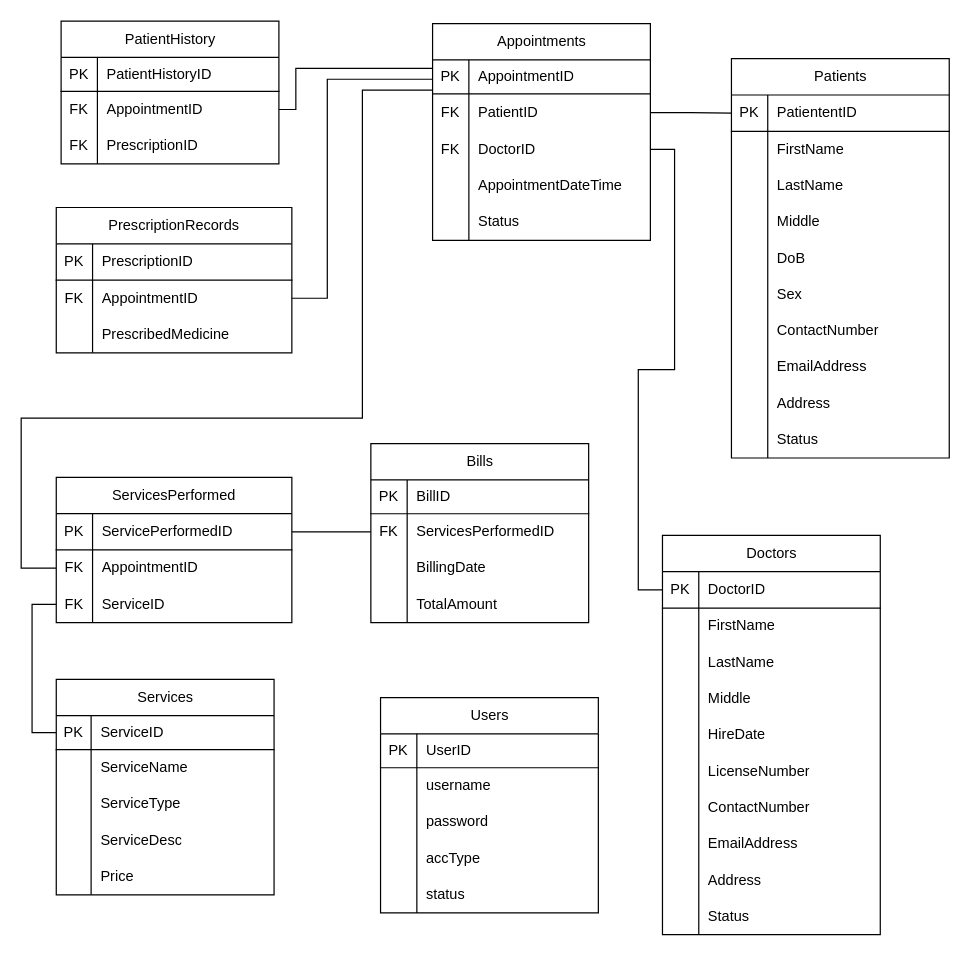
The draw.io diagram clinic management system erm.drawio in AnikanJVA/ClinicManagementSystem, before the edit. Source tidied: cells renumbered, new cells numbered last; positions are measured from the earlier drawing's top-left corner, leaving out a move shared by most shapes. Both pictures are drawn from the tidied source at 121%, with x=0, y=0 at pixel (21, 21).
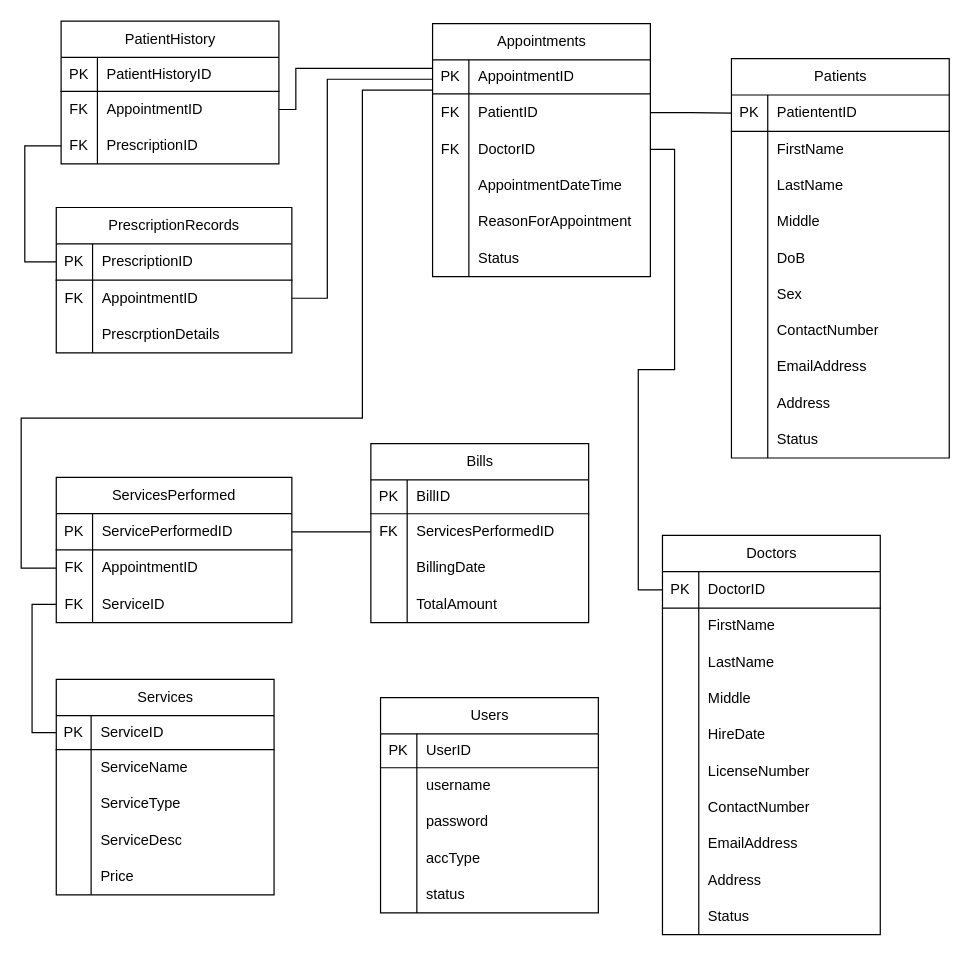
The same page after the edit.

Commit message (it also covers changes not shown here):
updated database erd; added UdpateDoctorForm;

The change refers to these unchanged cells:
```xml
<mxCell id="138" style="shape=tableRow;horizontal=0;startSize=0;swimlaneHead=0;swimlaneBody=0;fillColor=none;points=[[0,0.5],[1,0.5]];portConstraint=eastwest;top=0;left=0;right=0;bottom=1;fontStyle=0;" parent="137" vertex="1">
  <mxGeometry y="30" width="194.7" height="30" as="geometry" />
</mxCell>
<mxCell id="144" style="shape=tableRow;horizontal=0;startSize=0;swimlaneHead=0;swimlaneBody=0;fillColor=none;top=0;left=0;right=0;bottom=0;fontStyle=0;" parent="137" vertex="1">
  <mxGeometry y="90" width="194.7" height="30" as="geometry" />
</mxCell>
<mxCell id="154" style="shape=tableRow;horizontal=0;startSize=0;swimlaneHead=0;swimlaneBody=0;fillColor=none;points=[[0,0.5],[1,0.5]];portConstraint=eastwest;top=0;left=0;right=0;bottom=0;swimlaneLine=1;fontStyle=0;" parent="147" vertex="1">
  <mxGeometry y="88" width="180" height="30" as="geometry" />
</mxCell>
```

Diff of the diagram source:
```diff
@@
     <mxCell id="80" value="&lt;div&gt;Appointments&lt;/div&gt;" style="shape=table;startSize=30;childLayout=tableLayout;rowLines=0;fontStyle=0;align=center;html=1;fillColor=#FFFFFF;" parent="1" vertex="1">
-      <mxGeometry x="340" y="2" width="180" height="179.1" as="geometry" />
+      <mxGeometry x="340" y="2" width="180" height="209.1" as="geometry" />
     </mxCell>
@@
+    <mxCell id="162" style="shape=tableRow;horizontal=0;startSize=0;swimlaneHead=0;swimlaneBody=0;fillColor=none;top=0;left=0;right=0;bottom=0;fontStyle=0;" parent="80" vertex="1">
+      <mxGeometry y="149" width="180" height="30" as="geometry" />
+    </mxCell>
+    <mxCell id="163" style="shape=partialRectangle;fillColor=none;top=0;left=0;bottom=0;right=0;overflow=hidden;whiteSpace=wrap;html=1;fontStyle=0;" parent="162" vertex="1">
+      <mxGeometry width="30" height="30" as="geometry" />
+    </mxCell>
+    <mxCell id="164" value="&lt;div&gt;ReasonForAppointment&lt;/div&gt;" style="shape=partialRectangle;fillColor=none;top=0;left=0;bottom=0;right=0;align=left;spacingLeft=6;overflow=hidden;whiteSpace=wrap;html=1;fontStyle=0;" parent="162" vertex="1">
+      <mxGeometry x="30" width="150" height="30" as="geometry" />
+    </mxCell>
     <mxCell id="93" style="shape=tableRow;horizontal=0;startSize=0;swimlaneHead=0;swimlaneBody=0;fillColor=none;top=0;left=0;right=0;bottom=0;fontStyle=0;" parent="80" vertex="1">
-      <mxGeometry y="149" width="180" height="30" as="geometry" />
+      <mxGeometry y="179" width="180" height="30" as="geometry" />
     </mxCell>
@@
-    <mxCell id="146" value="&lt;div&gt;&lt;span&gt;PrescribedMedicine&lt;/span&gt;&lt;/div&gt;" style="shape=partialRectangle;fillColor=none;top=0;left=0;bottom=0;right=0;align=left;spacingLeft=6;overflow=hidden;whiteSpace=wrap;html=1;fontStyle=0;" parent="144" vertex="1">
+    <mxCell id="146" value="&lt;div&gt;PrescrptionDetails&lt;/div&gt;" style="shape=partialRectangle;fillColor=none;top=0;left=0;bottom=0;right=0;align=left;spacingLeft=6;overflow=hidden;whiteSpace=wrap;html=1;fontStyle=0;" parent="144" vertex="1">
       <mxGeometry x="30" width="164.7" height="30" as="geometry" />
     </mxCell>
@@
+    <mxCell id="165" style="edgeStyle=orthogonalEdgeStyle;rounded=0;jettySize=auto;html=1;endArrow=none;startFill=0;" parent="1" edge="1" source="154" target="138">
+      <mxGeometry relative="1" as="geometry">
+        <Array as="points">
+          <mxPoint x="3" y="103" />
+          <mxPoint x="3" y="199" />
+        </Array>
+      </mxGeometry>
+    </mxCell>
```
